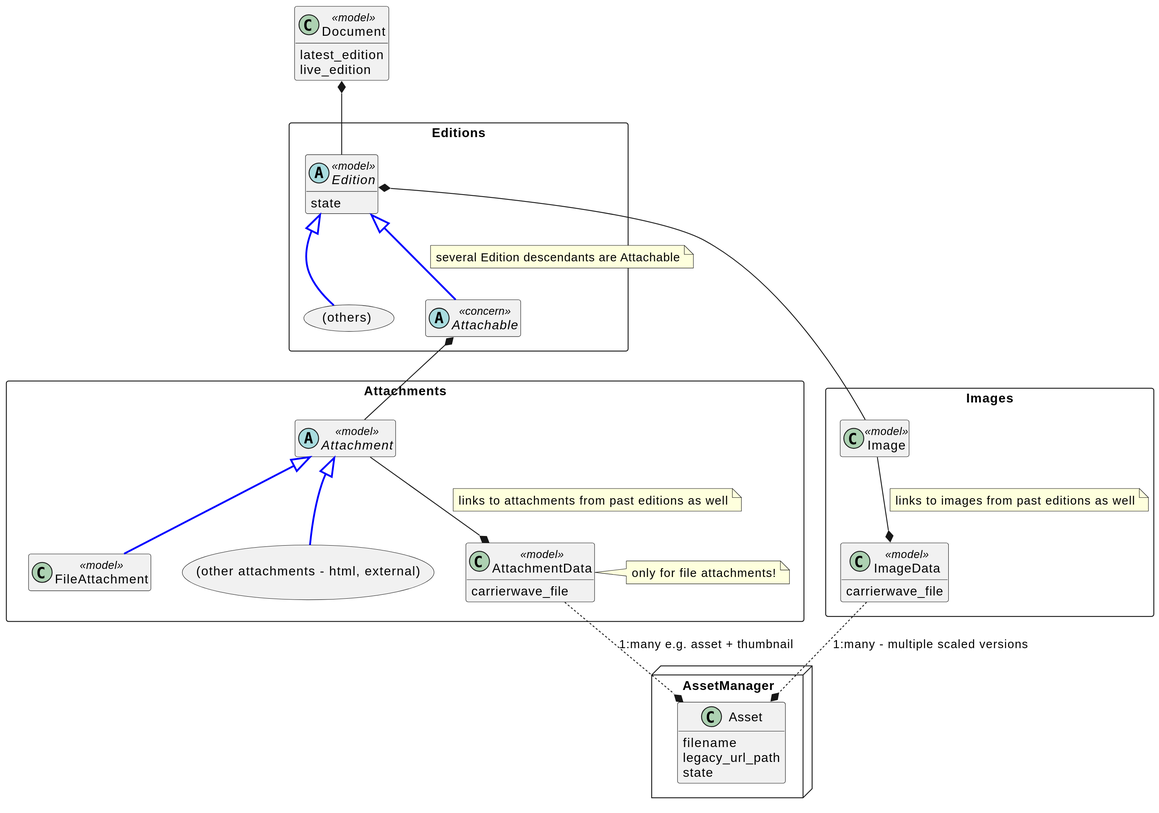
Earlier version of the PlantUML export docs/adr/0002-new-asset-model/existing_asset_model.svg (alphagov/whitehall).
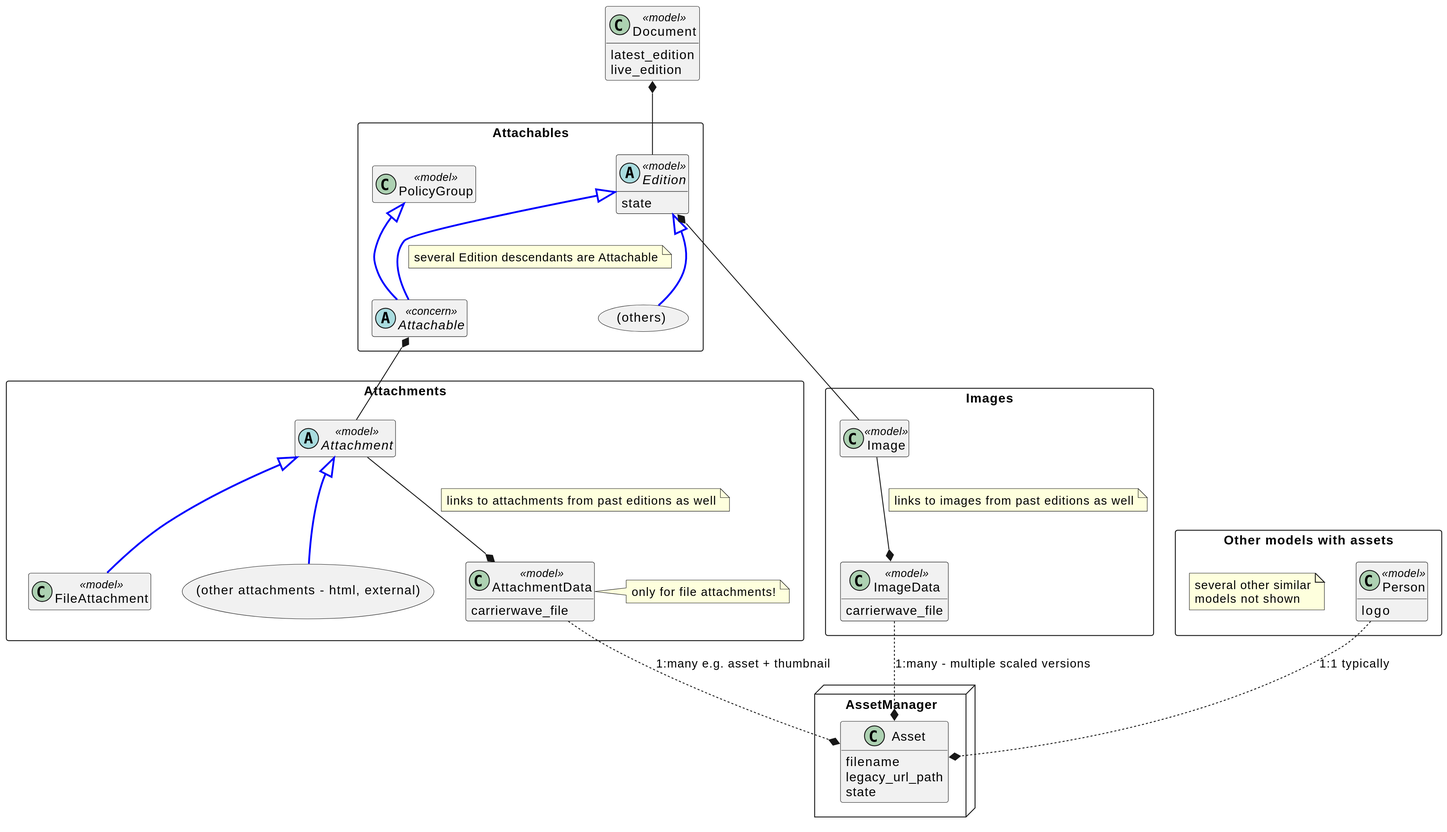
The same file after the commit.

The edit, as a diff of the source:
```diff
@@ -6,14 +6,16 @@
 
 class Document <<model>>
 
-rectangle "Editions" {
+rectangle "Attachables" {
     abstract Edition <<model>> {
         state
     }
+    class PolicyGroup <<model>>
     rectangle "(others)" as othereds
     Edition <|-- othereds #line:blue;line.bold
     Edition <|-- Attachable #line:blue;line.bold
     note on link: several Edition descendants are Attachable
+    PolicyGroup <|-- Attachable #line:blue;line.bold
     abstract Attachable<<concern>>
 }
 
@@ -42,6 +44,14 @@
   note on link: links to images from past editions as well
 }
 
+rectangle "Other models with assets" {
+  class Person <<model>> {
+    logo
+  }
+
+  note "several other similar\nmodels not shown" as N1
+}
+
 Edition *-- Image
 
 Document *-- Edition
@@ -63,4 +73,5 @@
 
 AttachmentData ..* Asset: 1:many e.g. asset + thumbnail
 ImageData ..* Asset: 1:many - multiple scaled versions
+Person ..* Asset: 1:1 typically
 @enduml
```
